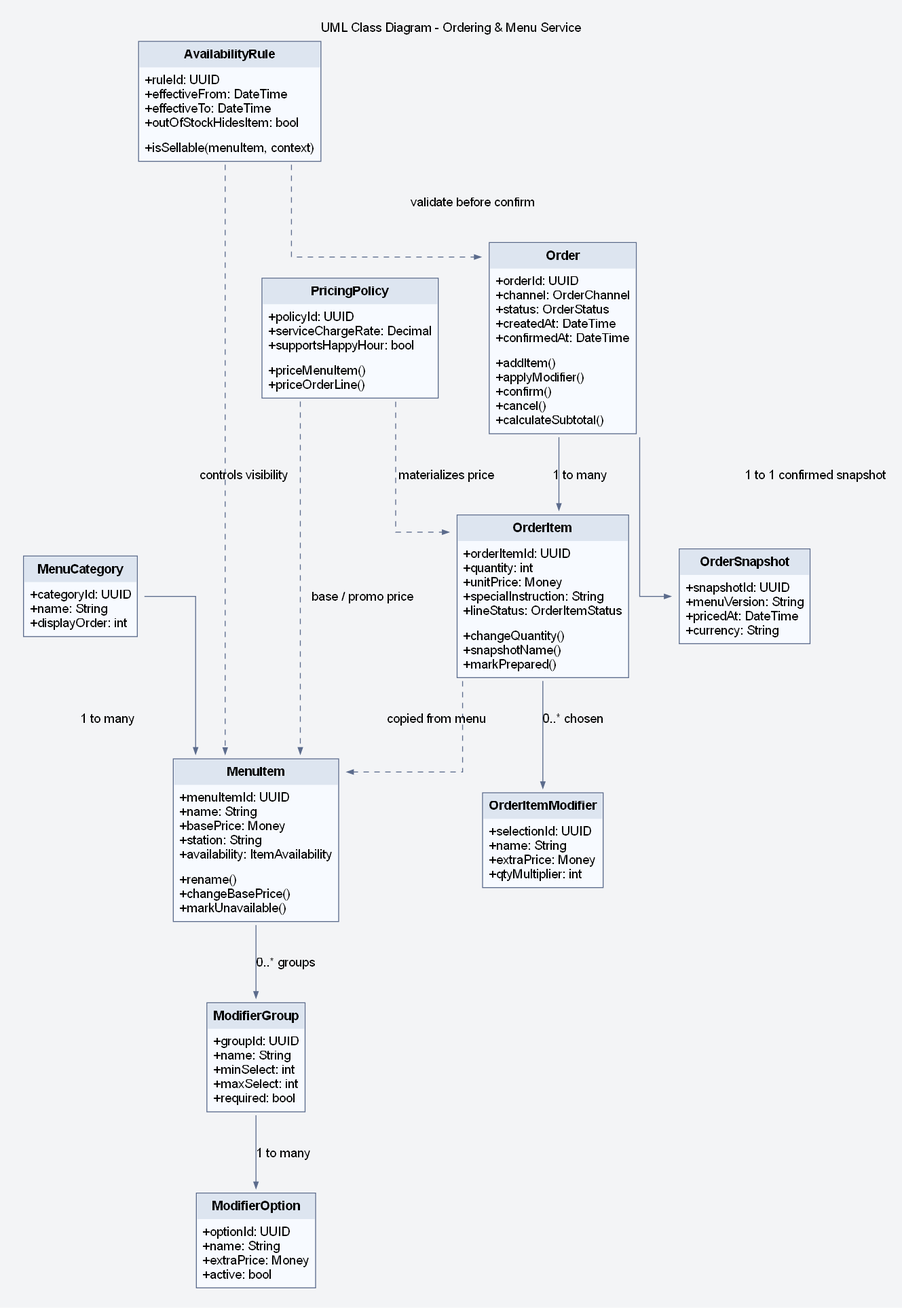
The Graphviz diagram assets/diagrams/rendered/design/27_uml_class_diagram_ordering_and_menu_module.png in lehoangluan1/SA_IRMS, before a commit. Its source is kept beside it as assets/diagrams/source/design/27_uml_class_diagram_ordering_and_menu_module.dot.
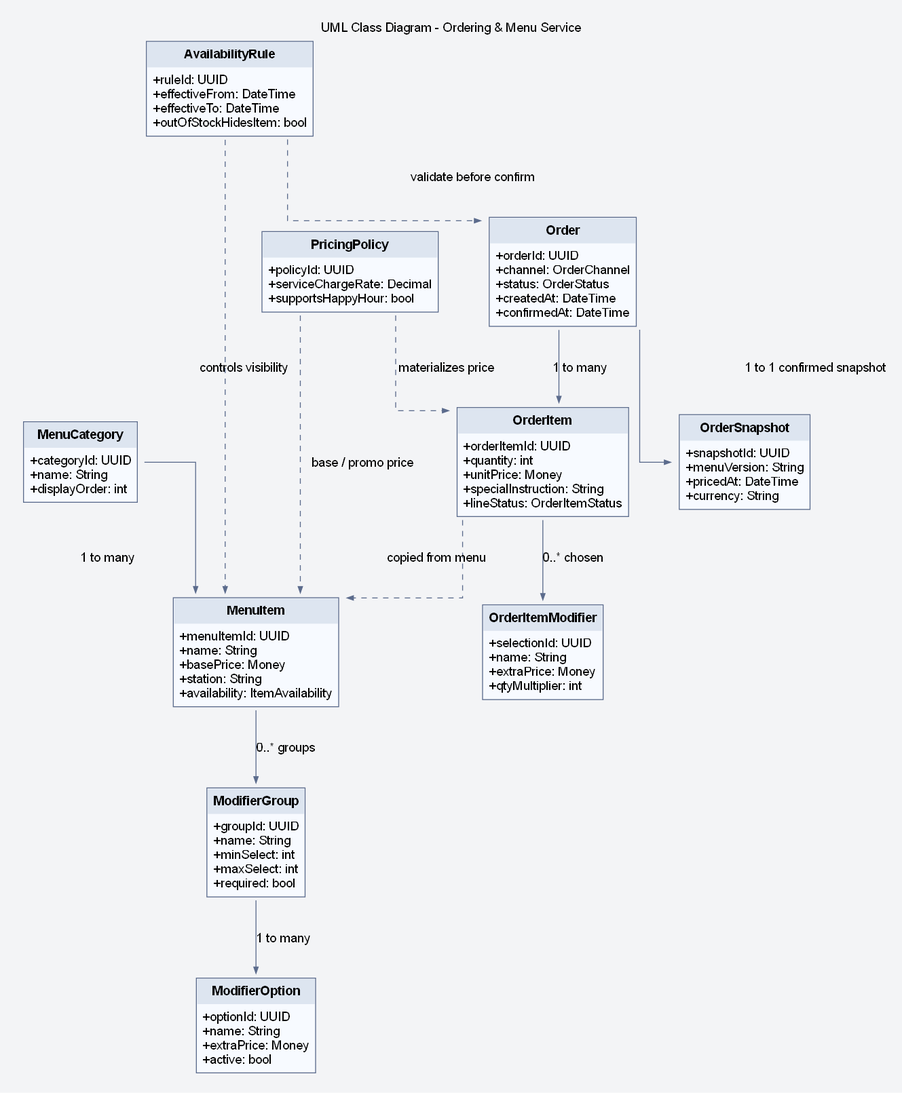
Above is the later version.

Diff of the diagram source:
```diff
@@ -18,7 +18,6 @@
 <TABLE BORDER="1" CELLBORDER="0" CELLSPACING="0" CELLPADDING="6" COLOR="#5B6B8C" BGCOLOR="#F7FAFF">
 <TR><TD BGCOLOR="#DDE5F0"><B>MenuItem</B></TD></TR>
 <TR><TD ALIGN="LEFT" BALIGN="LEFT">+menuItemId: UUID<BR ALIGN='LEFT'/>+name: String<BR ALIGN='LEFT'/>+basePrice: Money<BR ALIGN='LEFT'/>+station: String<BR ALIGN='LEFT'/>+availability: ItemAvailability</TD></TR>
-<TR><TD ALIGN="LEFT" BALIGN="LEFT">+rename()<BR ALIGN='LEFT'/>+changeBasePrice()<BR ALIGN='LEFT'/>+markUnavailable()</TD></TR>
 </TABLE>
 >];
 ModifierGroup [label=<
@@ -39,28 +38,24 @@
 <TABLE BORDER="1" CELLBORDER="0" CELLSPACING="0" CELLPADDING="6" COLOR="#5B6B8C" BGCOLOR="#F7FAFF">
 <TR><TD BGCOLOR="#DDE5F0"><B>AvailabilityRule</B></TD></TR>
 <TR><TD ALIGN="LEFT" BALIGN="LEFT">+ruleId: UUID<BR ALIGN='LEFT'/>+effectiveFrom: DateTime<BR ALIGN='LEFT'/>+effectiveTo: DateTime<BR ALIGN='LEFT'/>+outOfStockHidesItem: bool</TD></TR>
-<TR><TD ALIGN="LEFT" BALIGN="LEFT">+isSellable(menuItem, context)</TD></TR>
 </TABLE>
 >];
 PricingPolicy [label=<
 <TABLE BORDER="1" CELLBORDER="0" CELLSPACING="0" CELLPADDING="6" COLOR="#5B6B8C" BGCOLOR="#F7FAFF">
 <TR><TD BGCOLOR="#DDE5F0"><B>PricingPolicy</B></TD></TR>
 <TR><TD ALIGN="LEFT" BALIGN="LEFT">+policyId: UUID<BR ALIGN='LEFT'/>+serviceChargeRate: Decimal<BR ALIGN='LEFT'/>+supportsHappyHour: bool</TD></TR>
-<TR><TD ALIGN="LEFT" BALIGN="LEFT">+priceMenuItem()<BR ALIGN='LEFT'/>+priceOrderLine()</TD></TR>
 </TABLE>
 >];
 Order [label=<
 <TABLE BORDER="1" CELLBORDER="0" CELLSPACING="0" CELLPADDING="6" COLOR="#5B6B8C" BGCOLOR="#F7FAFF">
 <TR><TD BGCOLOR="#DDE5F0"><B>Order</B></TD></TR>
 <TR><TD ALIGN="LEFT" BALIGN="LEFT">+orderId: UUID<BR ALIGN='LEFT'/>+channel: OrderChannel<BR ALIGN='LEFT'/>+status: OrderStatus<BR ALIGN='LEFT'/>+createdAt: DateTime<BR ALIGN='LEFT'/>+confirmedAt: DateTime</TD></TR>
-<TR><TD ALIGN="LEFT" BALIGN="LEFT">+addItem()<BR ALIGN='LEFT'/>+applyModifier()<BR ALIGN='LEFT'/>+confirm()<BR ALIGN='LEFT'/>+cancel()<BR ALIGN='LEFT'/>+calculateSubtotal()</TD></TR>
 </TABLE>
 >];
 OrderItem [label=<
 <TABLE BORDER="1" CELLBORDER="0" CELLSPACING="0" CELLPADDING="6" COLOR="#5B6B8C" BGCOLOR="#F7FAFF">
 <TR><TD BGCOLOR="#DDE5F0"><B>OrderItem</B></TD></TR>
 <TR><TD ALIGN="LEFT" BALIGN="LEFT">+orderItemId: UUID<BR ALIGN='LEFT'/>+quantity: int<BR ALIGN='LEFT'/>+unitPrice: Money<BR ALIGN='LEFT'/>+specialInstruction: String<BR ALIGN='LEFT'/>+lineStatus: OrderItemStatus</TD></TR>
-<TR><TD ALIGN="LEFT" BALIGN="LEFT">+changeQuantity()<BR ALIGN='LEFT'/>+snapshotName()<BR ALIGN='LEFT'/>+markPrepared()</TD></TR>
 </TABLE>
 >];
 OrderItemModifier [label=<
```
